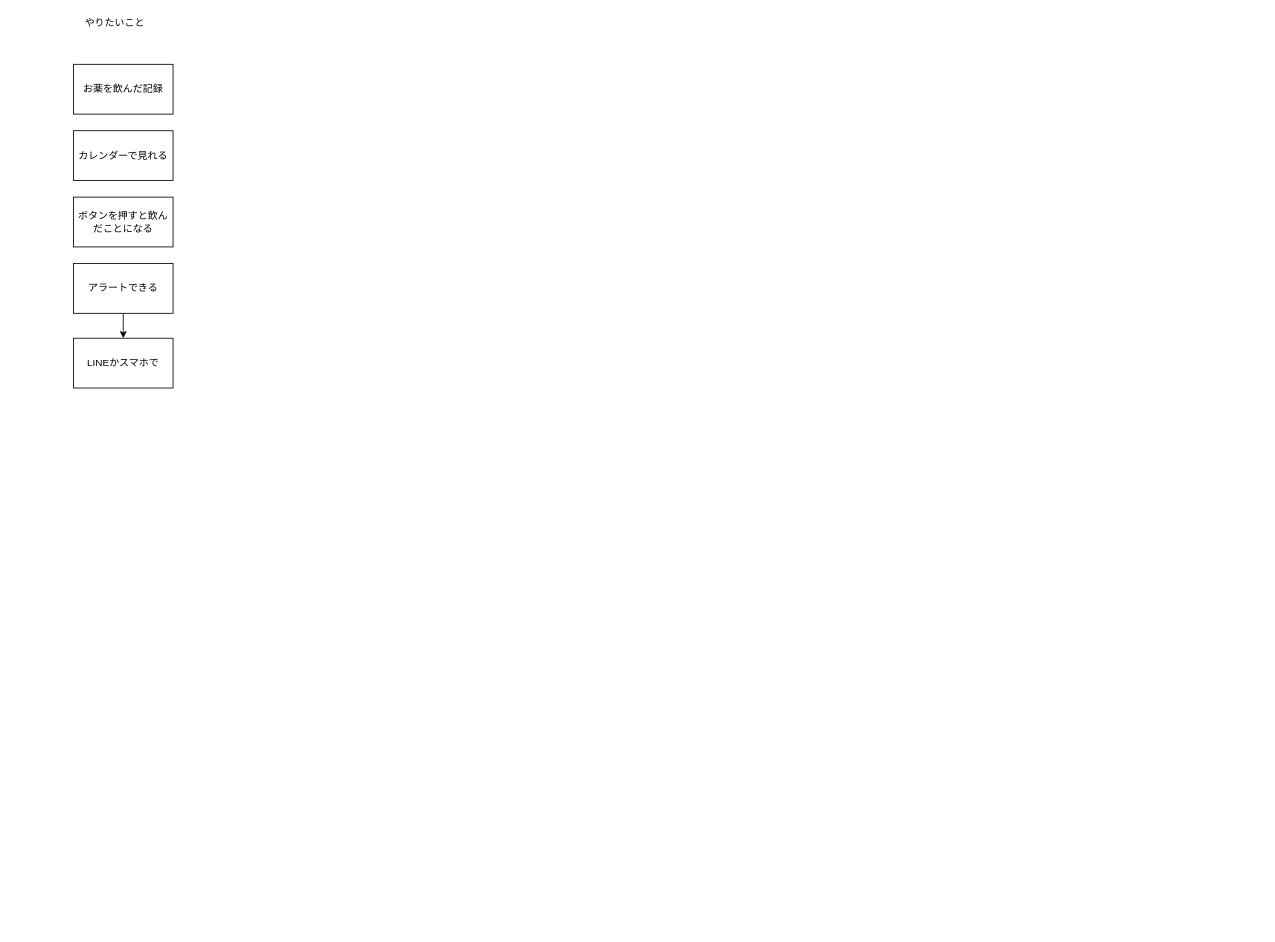
YukaUU/final-project keeps this draw.io diagram as idea.drawio. Above is the earlier version. Source tidied: cells renumbered, new cells numbered last; positions are measured from the earlier drawing's top-left corner, leaving out a move shared by most shapes. Both pictures are drawn from the tidied source at 83%, with x=0, y=0 at pixel (73, 14).
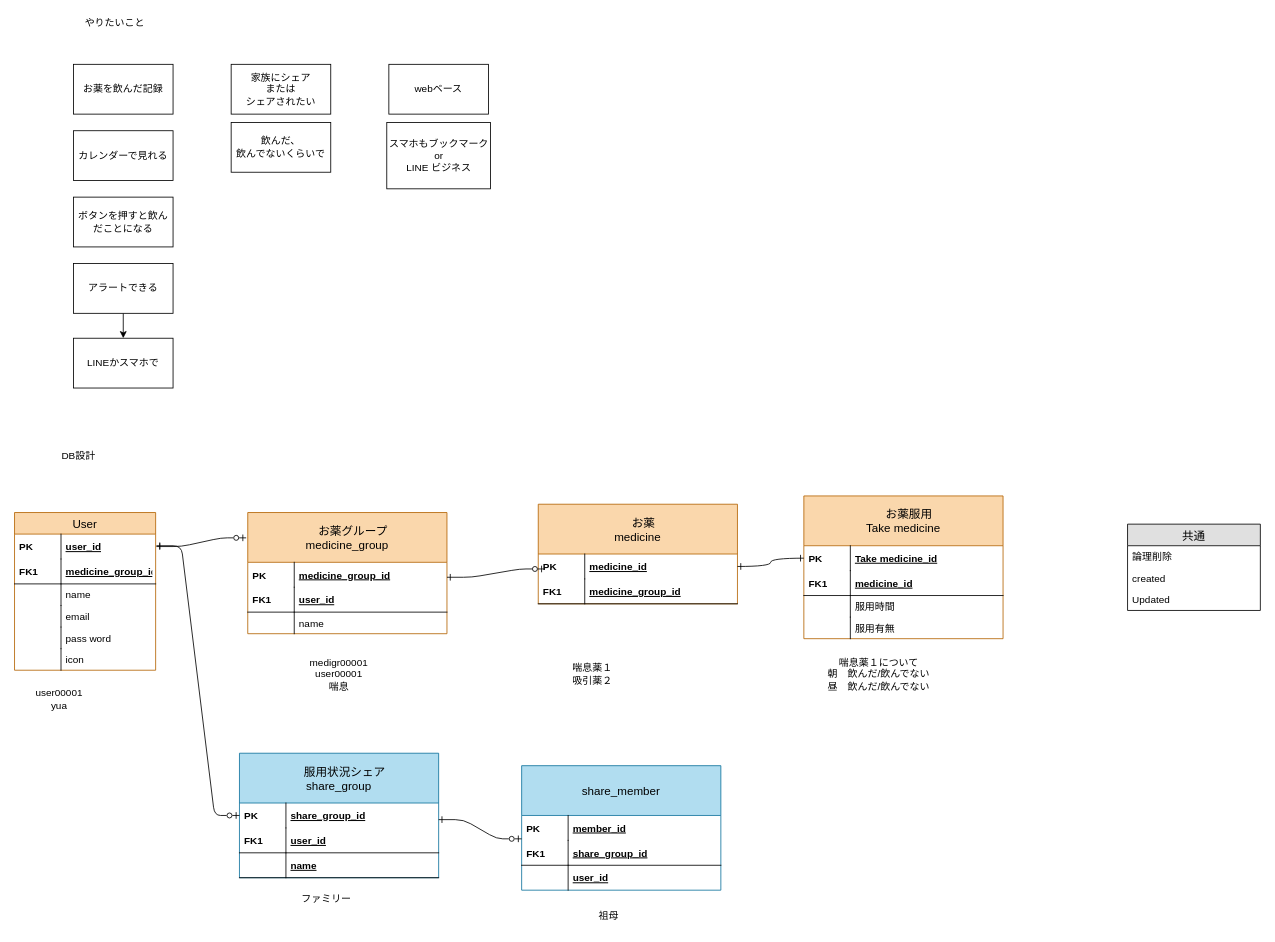
After the change.

The change refers to these unchanged cells:
```xml
<mxCell id="7" value="アラートできる" style="rounded=0;whiteSpace=wrap;html=1;" parent="1" vertex="1">
  <mxGeometry y="300" width="120" height="60" as="geometry" />
</mxCell>
```

The edit, as a diff of the source:
```diff
@@
-    <mxCell id="6" style="edgeStyle=orthogonalEdgeStyle;rounded=0;jettySize=auto;html=1;exitX=0.5;exitY=1;exitDx=0;exitDy=0;" parent="1" edge="1" source="7">
-      <mxGeometry relative="1" as="geometry">
-        <mxPoint x="60" y="390" as="targetPoint" />
-      </mxGeometry>
-    </mxCell>
+    <mxCell id="9" style="edgeStyle=orthogonalEdgeStyle;rounded=0;jettySize=auto;html=1;exitX=0.5;exitY=1;exitDx=0;exitDy=0;" parent="1" edge="1" source="7">
+      <mxGeometry relative="1" as="geometry">
+        <mxPoint x="60" y="390" as="targetPoint" />
+      </mxGeometry>
+    </mxCell>
@@
+    <mxCell id="10" value="DB設計" style="text;html=1;align=left;verticalAlign=top;spacingTop=-4;" parent="1" vertex="1">
+      <mxGeometry x="-16" y="522" width="60" height="20" as="geometry" />
+    </mxCell>
+    <mxCell id="11" value="User" style="swimlane;fontStyle=0;horizontal=1;startSize=26;fillColor=#fad7ac;swimlaneFillColor=#ffffff;align=center;fontSize=14;strokeColor=#b46504;" parent="1" vertex="1">
+      <mxGeometry x="-71" y="600" width="170" height="190" as="geometry" />
+    </mxCell>
+    <mxCell id="12" value="user_id" style="shape=partialRectangle;top=0;left=0;right=0;bottom=0;align=left;verticalAlign=middle;fillColor=none;spacingLeft=60;spacingRight=4;overflow=hidden;fontStyle=5;fontSize=12;" parent="11" vertex="1">
+      <mxGeometry y="26" width="170" height="30" as="geometry" />
+    </mxCell>
+    <mxCell id="13" value="PK" style="shape=partialRectangle;fontStyle=1;top=0;left=0;bottom=0;fillColor=none;align=left;verticalAlign=middle;spacingLeft=4;spacingRight=4;overflow=hidden;fontSize=12;" parent="12" vertex="1">
+      <mxGeometry width="56" height="30" as="geometry" />
+    </mxCell>
+    <mxCell id="14" value="medicine_group_id" style="shape=partialRectangle;top=0;left=0;right=0;bottom=1;align=left;verticalAlign=middle;fillColor=none;spacingLeft=60;spacingRight=4;overflow=hidden;fontStyle=5;fontSize=12;" parent="11" vertex="1">
+      <mxGeometry y="56" width="170" height="30" as="geometry" />
+    </mxCell>
+    <mxCell id="15" value="FK1" style="shape=partialRectangle;fontStyle=1;top=0;left=0;bottom=0;fillColor=none;align=left;verticalAlign=middle;spacingLeft=4;spacingRight=4;overflow=hidden;fontSize=12;" parent="14" vertex="1">
+      <mxGeometry width="56" height="30" as="geometry" />
+    </mxCell>
+    <mxCell id="16" value="name" style="shape=partialRectangle;top=0;left=0;right=0;bottom=0;align=left;verticalAlign=top;fillColor=none;spacingLeft=60;spacingRight=4;overflow=hidden;fontSize=12;" parent="11" vertex="1">
+      <mxGeometry y="86" width="170" height="26" as="geometry" />
+    </mxCell>
+    <mxCell id="17" style="shape=partialRectangle;top=0;left=0;bottom=0;fillColor=none;align=left;verticalAlign=top;spacingLeft=4;spacingRight=4;overflow=hidden;fontSize=12;" parent="16" vertex="1">
+      <mxGeometry width="56" height="26" as="geometry" />
+    </mxCell>
+    <mxCell id="18" value="email" style="shape=partialRectangle;top=0;left=0;right=0;bottom=0;align=left;verticalAlign=top;fillColor=none;spacingLeft=60;spacingRight=4;overflow=hidden;fontSize=12;" parent="11" vertex="1">
+      <mxGeometry y="112" width="170" height="26" as="geometry" />
+    </mxCell>
+    <mxCell id="19" style="shape=partialRectangle;top=0;left=0;bottom=0;fillColor=none;align=left;verticalAlign=top;spacingLeft=4;spacingRight=4;overflow=hidden;fontSize=12;" parent="18" vertex="1">
+      <mxGeometry width="56" height="26" as="geometry" />
+    </mxCell>
+    <mxCell id="20" value="pass word" style="shape=partialRectangle;top=0;left=0;right=0;bottom=0;align=left;verticalAlign=top;fillColor=none;spacingLeft=60;spacingRight=4;overflow=hidden;fontSize=12;" parent="11" vertex="1">
+      <mxGeometry y="138" width="170" height="26" as="geometry" />
+    </mxCell>
+    <mxCell id="21" style="shape=partialRectangle;top=0;left=0;bottom=0;fillColor=none;align=left;verticalAlign=top;spacingLeft=4;spacingRight=4;overflow=hidden;fontSize=12;" parent="20" vertex="1">
+      <mxGeometry width="56" height="26" as="geometry" />
+    </mxCell>
+    <mxCell id="22" value="icon" style="shape=partialRectangle;top=0;left=0;right=0;bottom=0;align=left;verticalAlign=top;fillColor=none;spacingLeft=60;spacingRight=4;overflow=hidden;fontSize=12;" parent="11" vertex="1">
+      <mxGeometry y="164" width="170" height="26" as="geometry" />
+    </mxCell>
+    <mxCell id="23" style="shape=partialRectangle;top=0;left=0;bottom=0;fillColor=none;align=left;verticalAlign=top;spacingLeft=4;spacingRight=4;overflow=hidden;fontSize=12;" parent="22" vertex="1">
+      <mxGeometry width="56" height="26" as="geometry" />
+    </mxCell>
+    <mxCell id="24" value="　お薬グループ &#10;medicine_group" style="swimlane;fontStyle=0;horizontal=1;startSize=60;fillColor=#fad7ac;swimlaneFillColor=#ffffff;align=center;fontSize=14;strokeColor=#b46504;" parent="1" vertex="1">
+      <mxGeometry x="210" y="600" width="240" height="146" as="geometry" />
+    </mxCell>
+    <mxCell id="25" value="medicine_group_id" style="shape=partialRectangle;top=0;left=0;right=0;bottom=0;align=left;verticalAlign=middle;fillColor=none;spacingLeft=60;spacingRight=4;overflow=hidden;fontStyle=5;fontSize=12;" parent="24" vertex="1">
+      <mxGeometry y="60" width="240" height="30" as="geometry" />
+    </mxCell>
+    <mxCell id="26" value="PK" style="shape=partialRectangle;fontStyle=1;top=0;left=0;bottom=0;fillColor=none;align=left;verticalAlign=middle;spacingLeft=4;spacingRight=4;overflow=hidden;fontSize=12;" parent="25" vertex="1">
+      <mxGeometry width="56" height="30" as="geometry" />
+    </mxCell>
+    <mxCell id="27" value="user_id" style="shape=partialRectangle;top=0;left=0;right=0;bottom=1;align=left;verticalAlign=middle;fillColor=none;spacingLeft=60;spacingRight=4;overflow=hidden;fontStyle=5;fontSize=12;" parent="24" vertex="1">
+      <mxGeometry y="90" width="240" height="30" as="geometry" />
+    </mxCell>
+    <mxCell id="28" value="FK1" style="shape=partialRectangle;fontStyle=1;top=0;left=0;bottom=0;fillColor=none;align=left;verticalAlign=middle;spacingLeft=4;spacingRight=4;overflow=hidden;fontSize=12;" parent="27" vertex="1">
+      <mxGeometry width="56" height="30" as="geometry" />
+    </mxCell>
+    <mxCell id="29" value="name" style="shape=partialRectangle;top=0;left=0;right=0;bottom=0;align=left;verticalAlign=top;fillColor=none;spacingLeft=60;spacingRight=4;overflow=hidden;fontSize=12;" parent="24" vertex="1">
+      <mxGeometry y="120" width="240" height="26" as="geometry" />
+    </mxCell>
+    <mxCell id="30" style="shape=partialRectangle;top=0;left=0;bottom=0;fillColor=none;align=left;verticalAlign=top;spacingLeft=4;spacingRight=4;overflow=hidden;fontSize=12;" parent="29" vertex="1">
+      <mxGeometry width="56" height="26" as="geometry" />
+    </mxCell>
+    <mxCell id="31" value="共通" style="swimlane;fontStyle=0;horizontal=1;startSize=26;fillColor=#e0e0e0;swimlaneFillColor=#ffffff;align=center;fontSize=14;" parent="1" vertex="1">
+      <mxGeometry x="1270" y="614" width="160" height="104" as="geometry" />
+    </mxCell>
+    <mxCell id="32" value="論理削除" style="text;strokeColor=none;fillColor=none;spacingLeft=4;spacingRight=4;overflow=hidden;fontSize=12;" parent="31" vertex="1">
+      <mxGeometry y="26" width="160" height="26" as="geometry" />
+    </mxCell>
+    <mxCell id="33" value="created" style="text;strokeColor=none;fillColor=none;spacingLeft=4;spacingRight=4;overflow=hidden;fontSize=12;" parent="31" vertex="1">
+      <mxGeometry y="52" width="160" height="26" as="geometry" />
+    </mxCell>
+    <mxCell id="34" value="Updated&#10;" style="text;strokeColor=none;fillColor=none;spacingLeft=4;spacingRight=4;overflow=hidden;fontSize=12;" parent="31" vertex="1">
+      <mxGeometry y="78" width="160" height="26" as="geometry" />
+    </mxCell>
+    <mxCell id="35" style="edgeStyle=entityRelationEdgeStyle;fontSize=12;html=1;endArrow=ERzeroToOne;startArrow=ERone;entryX=-0.008;entryY=0.209;entryDx=0;entryDy=0;entryPerimeter=0;endFill=0;exitX=1;exitY=0.5;exitDx=0;exitDy=0;startFill=0;" parent="1" edge="1" target="24">
+      <mxGeometry relative="1" as="geometry">
+        <mxPoint x="100" y="641" as="sourcePoint" />
+      </mxGeometry>
+    </mxCell>
+    <mxCell id="36" value="　お薬&#10;medicine" style="swimlane;fontStyle=0;horizontal=1;startSize=60;fillColor=#fad7ac;swimlaneFillColor=#ffffff;align=center;fontSize=14;strokeColor=#b46504;" parent="1" vertex="1">
+      <mxGeometry x="560" y="590" width="240" height="120" as="geometry" />
+    </mxCell>
+    <mxCell id="37" value="medicine_id" style="shape=partialRectangle;top=0;left=0;right=0;bottom=0;align=left;verticalAlign=middle;fillColor=none;spacingLeft=60;spacingRight=4;overflow=hidden;points=[[0,0.5],[1,0.5]];portConstraint=eastwest;fontStyle=5;fontSize=12;" parent="36" vertex="1">
+      <mxGeometry y="60" width="240" height="30" as="geometry" />
+    </mxCell>
+    <mxCell id="38" value="PK" style="shape=partialRectangle;fontStyle=1;top=0;left=0;bottom=0;fillColor=none;align=left;verticalAlign=middle;spacingLeft=4;spacingRight=4;overflow=hidden;fontSize=12;" parent="37" vertex="1">
+      <mxGeometry width="56" height="30" as="geometry" />
+    </mxCell>
+    <mxCell id="39" value="medicine_group_id" style="shape=partialRectangle;top=0;left=0;right=0;bottom=1;align=left;verticalAlign=middle;fillColor=none;spacingLeft=60;spacingRight=4;overflow=hidden;fontStyle=5;fontSize=12;" parent="36" vertex="1">
+      <mxGeometry y="90" width="240" height="30" as="geometry" />
+    </mxCell>
+    <mxCell id="40" value="FK1" style="shape=partialRectangle;fontStyle=1;top=0;left=0;bottom=0;fillColor=none;align=left;verticalAlign=middle;spacingLeft=4;spacingRight=4;overflow=hidden;fontSize=12;" parent="39" vertex="1">
+      <mxGeometry width="56" height="30" as="geometry" />
+    </mxCell>
+    <mxCell id="41" value="user00001&lt;br&gt;yua" style="text;html=1;strokeColor=none;fillColor=none;align=center;verticalAlign=middle;whiteSpace=wrap;rounded=0;" parent="1" vertex="1">
+      <mxGeometry x="-47.5" y="810" width="60" height="30" as="geometry" />
+    </mxCell>
+    <mxCell id="42" value="medigr00001&lt;br&gt;user00001&lt;br&gt;喘息" style="text;html=1;strokeColor=none;fillColor=none;align=center;verticalAlign=middle;whiteSpace=wrap;rounded=0;" parent="1" vertex="1">
+      <mxGeometry x="290" y="780" width="60" height="30" as="geometry" />
+    </mxCell>
+    <mxCell id="43" value="喘息薬１&lt;br&gt;吸引薬２" style="text;html=1;align=center;verticalAlign=middle;strokeColor=none;fillColor=none;" parent="1" vertex="1">
+      <mxGeometry x="590" y="775" width="70" height="40" as="geometry" />
+    </mxCell>
+    <mxCell id="44" style="edgeStyle=entityRelationEdgeStyle;fontSize=12;html=1;endArrow=ERzeroToOne;startArrow=ERone;exitX=1;exitY=0.5;exitDx=0;exitDy=0;entryX=-0.008;entryY=0.209;entryDx=0;entryDy=0;entryPerimeter=0;endFill=0;startFill=0;" parent="1" edge="1">
+      <mxGeometry relative="1" as="geometry">
+        <mxPoint x="450" y="678" as="sourcePoint" />
+        <mxPoint x="568" y="668" as="targetPoint" />
+      </mxGeometry>
+    </mxCell>
+    <mxCell id="45" value="　お薬服用&#10;Take medicine" style="swimlane;fontStyle=0;horizontal=1;startSize=60;fillColor=#fad7ac;swimlaneFillColor=#ffffff;align=center;fontSize=14;strokeColor=#b46504;" parent="1" vertex="1">
+      <mxGeometry x="880" y="580" width="240" height="172" as="geometry" />
+    </mxCell>
+    <mxCell id="46" value="Take medicine_id" style="shape=partialRectangle;top=0;left=0;right=0;bottom=0;align=left;verticalAlign=middle;fillColor=none;spacingLeft=60;spacingRight=4;overflow=hidden;points=[[0,0.5],[1,0.5]];portConstraint=eastwest;fontStyle=5;fontSize=12;" parent="45" vertex="1">
+      <mxGeometry y="60" width="240" height="30" as="geometry" />
+    </mxCell>
+    <mxCell id="47" value="PK" style="shape=partialRectangle;fontStyle=1;top=0;left=0;bottom=0;fillColor=none;align=left;verticalAlign=middle;spacingLeft=4;spacingRight=4;overflow=hidden;fontSize=12;" parent="46" vertex="1">
+      <mxGeometry width="56" height="30" as="geometry" />
+    </mxCell>
+    <mxCell id="48" value="medicine_id" style="shape=partialRectangle;top=0;left=0;right=0;bottom=1;align=left;verticalAlign=middle;fillColor=none;spacingLeft=60;spacingRight=4;overflow=hidden;fontStyle=5;fontSize=12;" parent="45" vertex="1">
+      <mxGeometry y="90" width="240" height="30" as="geometry" />
+    </mxCell>
+    <mxCell id="49" value="FK1" style="shape=partialRectangle;fontStyle=1;top=0;left=0;bottom=0;fillColor=none;align=left;verticalAlign=middle;spacingLeft=4;spacingRight=4;overflow=hidden;fontSize=12;" parent="48" vertex="1">
+      <mxGeometry width="56" height="30" as="geometry" />
+    </mxCell>
+    <mxCell id="50" value="服用時間&#10;" style="shape=partialRectangle;top=0;left=0;right=0;bottom=0;align=left;verticalAlign=top;fillColor=none;spacingLeft=60;spacingRight=4;overflow=hidden;fontSize=12;" parent="45" vertex="1">
+      <mxGeometry y="120" width="240" height="26" as="geometry" />
+    </mxCell>
+    <mxCell id="51" style="shape=partialRectangle;top=0;left=0;bottom=0;fillColor=none;align=left;verticalAlign=top;spacingLeft=4;spacingRight=4;overflow=hidden;fontSize=12;" parent="50" vertex="1">
+      <mxGeometry width="56" height="26" as="geometry" />
+    </mxCell>
+    <mxCell id="52" value="服用有無" style="shape=partialRectangle;top=0;left=0;right=0;bottom=0;align=left;verticalAlign=top;fillColor=none;spacingLeft=60;spacingRight=4;overflow=hidden;fontSize=12;" parent="45" vertex="1">
+      <mxGeometry y="146" width="240" height="26" as="geometry" />
+    </mxCell>
+    <mxCell id="53" style="shape=partialRectangle;top=0;left=0;bottom=0;fillColor=none;align=left;verticalAlign=top;spacingLeft=4;spacingRight=4;overflow=hidden;fontSize=12;" parent="52" vertex="1">
+      <mxGeometry width="56" height="26" as="geometry" />
+    </mxCell>
+    <mxCell id="54" value="喘息薬１について&lt;br&gt;朝　飲んだ/飲んでない&lt;br&gt;昼　飲んだ/飲んでない" style="text;html=1;align=center;verticalAlign=middle;strokeColor=none;fillColor=none;" parent="1" vertex="1">
+      <mxGeometry x="895" y="765" width="150" height="60" as="geometry" />
+    </mxCell>
+    <mxCell id="55" style="edgeStyle=orthogonalEdgeStyle;fontSize=12;html=1;endArrow=ERone;endFill=1;rounded=0;exitX=1;exitY=0.5;exitDx=0;exitDy=0;entryX=0;entryY=0.5;entryDx=0;entryDy=0;startArrow=ERone;startFill=0;curved=1;" parent="1" edge="1" source="37" target="46">
+      <mxGeometry relative="1" as="geometry" />
+    </mxCell>
+    <mxCell id="56" value="　服用状況シェア&#10;share_group" style="swimlane;fontStyle=0;horizontal=1;startSize=60;fillColor=#b1ddf0;swimlaneFillColor=#ffffff;align=center;fontSize=14;strokeColor=#10739e;" parent="1" vertex="1">
+      <mxGeometry x="200" y="890" width="240" height="150" as="geometry" />
+    </mxCell>
+    <mxCell id="57" value="share_group_id" style="shape=partialRectangle;top=0;left=0;right=0;bottom=0;align=left;verticalAlign=middle;fillColor=none;spacingLeft=60;spacingRight=4;overflow=hidden;fontStyle=5;fontSize=12;" parent="56" vertex="1">
+      <mxGeometry y="60" width="240" height="30" as="geometry" />
+    </mxCell>
+    <mxCell id="58" value="PK" style="shape=partialRectangle;fontStyle=1;top=0;left=0;bottom=0;fillColor=none;align=left;verticalAlign=middle;spacingLeft=4;spacingRight=4;overflow=hidden;fontSize=12;" parent="57" vertex="1">
+      <mxGeometry width="56" height="30" as="geometry" />
+    </mxCell>
+    <mxCell id="59" value="user_id" style="shape=partialRectangle;top=0;left=0;right=0;bottom=1;align=left;verticalAlign=middle;fillColor=none;spacingLeft=60;spacingRight=4;overflow=hidden;fontStyle=5;fontSize=12;" parent="56" vertex="1">
+      <mxGeometry y="90" width="240" height="30" as="geometry" />
+    </mxCell>
+    <mxCell id="60" value="FK1" style="shape=partialRectangle;fontStyle=1;top=0;left=0;bottom=0;fillColor=none;align=left;verticalAlign=middle;spacingLeft=4;spacingRight=4;overflow=hidden;fontSize=12;" parent="59" vertex="1">
+      <mxGeometry width="56" height="30" as="geometry" />
+    </mxCell>
+    <mxCell id="61" value="name" style="shape=partialRectangle;top=0;left=0;right=0;bottom=1;align=left;verticalAlign=middle;fillColor=none;spacingLeft=60;spacingRight=4;overflow=hidden;fontStyle=5;fontSize=12;" parent="56" vertex="1">
+      <mxGeometry y="120" width="240" height="30" as="geometry" />
+    </mxCell>
+    <mxCell id="62" style="shape=partialRectangle;fontStyle=1;top=0;left=0;bottom=0;fillColor=none;align=left;verticalAlign=middle;spacingLeft=4;spacingRight=4;overflow=hidden;fontSize=12;" parent="61" vertex="1">
+      <mxGeometry width="56" height="30" as="geometry" />
+    </mxCell>
+    <mxCell id="63" style="edgeStyle=entityRelationEdgeStyle;fontSize=12;html=1;endArrow=ERzeroToOne;startArrow=ERone;endFill=0;startFill=0;" parent="1" edge="1" target="56">
+      <mxGeometry relative="1" as="geometry">
+        <mxPoint x="100" y="640" as="sourcePoint" />
+      </mxGeometry>
+    </mxCell>
+    <mxCell id="64" value="share_member" style="swimlane;fontStyle=0;horizontal=1;startSize=60;fillColor=#b1ddf0;swimlaneFillColor=#ffffff;align=center;fontSize=14;strokeColor=#10739e;" parent="1" vertex="1">
+      <mxGeometry x="540" y="905" width="240" height="150" as="geometry" />
+    </mxCell>
+    <mxCell id="65" value="member_id" style="shape=partialRectangle;top=0;left=0;right=0;bottom=0;align=left;verticalAlign=middle;fillColor=none;spacingLeft=60;spacingRight=4;overflow=hidden;points=[[0,0.5],[1,0.5]];portConstraint=eastwest;fontStyle=5;fontSize=12;" parent="64" vertex="1">
+      <mxGeometry y="60" width="240" height="30" as="geometry" />
+    </mxCell>
+    <mxCell id="66" value="PK" style="shape=partialRectangle;fontStyle=1;top=0;left=0;bottom=0;fillColor=none;align=left;verticalAlign=middle;spacingLeft=4;spacingRight=4;overflow=hidden;fontSize=12;" parent="65" vertex="1">
+      <mxGeometry width="56" height="30" as="geometry" />
+    </mxCell>
+    <mxCell id="67" value="share_group_id" style="shape=partialRectangle;top=0;left=0;right=0;bottom=1;align=left;verticalAlign=middle;fillColor=none;spacingLeft=60;spacingRight=4;overflow=hidden;fontStyle=5;fontSize=12;" parent="64" vertex="1">
+      <mxGeometry y="90" width="240" height="30" as="geometry" />
+    </mxCell>
+    <mxCell id="68" value="FK1" style="shape=partialRectangle;fontStyle=1;top=0;left=0;bottom=0;fillColor=none;align=left;verticalAlign=middle;spacingLeft=4;spacingRight=4;overflow=hidden;fontSize=12;" parent="67" vertex="1">
+      <mxGeometry width="56" height="30" as="geometry" />
+    </mxCell>
+    <mxCell id="69" value="user_id" style="shape=partialRectangle;top=0;left=0;right=0;bottom=0;align=left;verticalAlign=middle;fillColor=none;spacingLeft=60;spacingRight=4;overflow=hidden;fontStyle=5;fontSize=12;" parent="64" vertex="1">
+      <mxGeometry y="120" width="240" height="30" as="geometry" />
+    </mxCell>
+    <mxCell id="70" style="shape=partialRectangle;fontStyle=1;top=0;left=0;bottom=0;fillColor=none;align=left;verticalAlign=middle;spacingLeft=4;spacingRight=4;overflow=hidden;fontSize=12;" parent="69" vertex="1">
+      <mxGeometry width="56" height="30" as="geometry" />
+    </mxCell>
+    <mxCell id="71" style="edgeStyle=entityRelationEdgeStyle;fontSize=12;html=1;endArrow=ERzeroToOne;startArrow=ERone;exitX=1;exitY=0.5;exitDx=0;exitDy=0;entryX=0;entryY=0.938;entryDx=0;entryDy=0;entryPerimeter=0;endFill=0;startFill=0;" parent="1" edge="1" target="65">
+      <mxGeometry relative="1" as="geometry">
+        <mxPoint x="440" y="970" as="sourcePoint" />
+      </mxGeometry>
+    </mxCell>
+    <mxCell id="72" value="ファミリー" style="text;html=1;strokeColor=none;fillColor=none;align=center;verticalAlign=middle;whiteSpace=wrap;rounded=0;" parent="1" vertex="1">
+      <mxGeometry x="260" y="1051" width="90" height="30" as="geometry" />
+    </mxCell>
+    <mxCell id="73" value="祖母" style="text;html=1;strokeColor=none;fillColor=none;align=center;verticalAlign=middle;whiteSpace=wrap;rounded=0;" parent="1" vertex="1">
+      <mxGeometry x="600" y="1071" width="90" height="30" as="geometry" />
+    </mxCell>
+    <mxCell id="74" value="家族にシェア&lt;br&gt;または&lt;br&gt;シェアされたい" style="rounded=0;whiteSpace=wrap;html=1;" parent="1" vertex="1">
+      <mxGeometry x="190" y="60" width="120" height="60" as="geometry" />
+    </mxCell>
+    <mxCell id="75" value="webベース" style="rounded=0;whiteSpace=wrap;html=1;" parent="1" vertex="1">
+      <mxGeometry x="380" y="60" width="120" height="60" as="geometry" />
+    </mxCell>
+    <mxCell id="76" value="スマホもブックマークor&lt;br&gt;LINE ビジネス" style="rounded=0;whiteSpace=wrap;html=1;direction=south;" parent="1" vertex="1">
+      <mxGeometry x="377.5" y="130" width="125" height="80" as="geometry" />
+    </mxCell>
+    <mxCell id="77" value="飲んだ、&lt;br&gt;飲んでないくらいで" style="rounded=0;whiteSpace=wrap;html=1;" parent="1" vertex="1">
+      <mxGeometry x="190" y="130" width="120" height="60" as="geometry" />
+    </mxCell>
```
